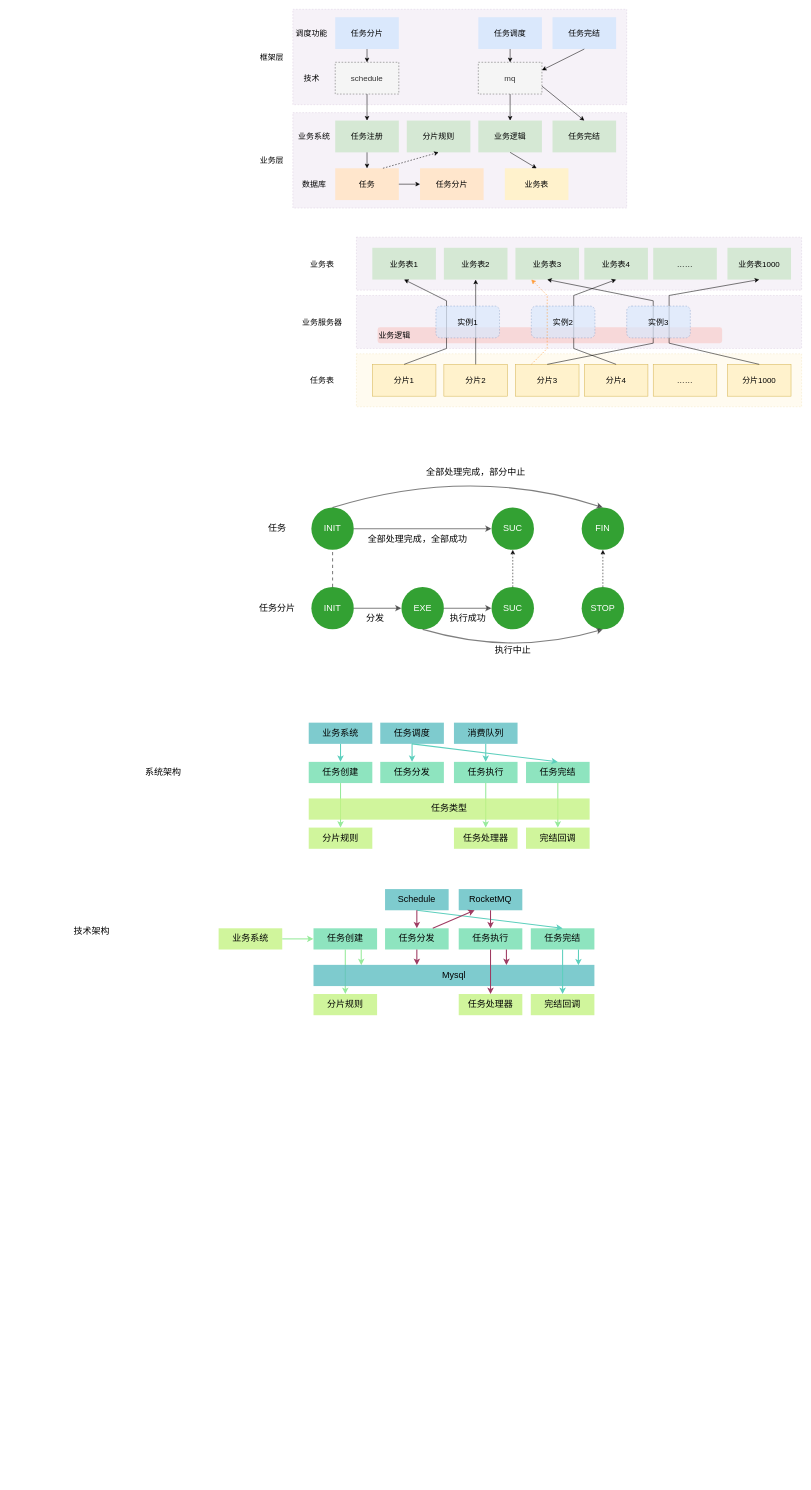
Before: save/schedulerbatch.drawio in wengyingjian/draw.io, a draw.io diagram. Source tidied: cells renumbered, new cells numbered last; positions are measured from the earlier drawing's top-left corner, leaving out a move shared by most shapes. Both pictures are drawn from the tidied source at 53%, with x=0, y=0 at pixel (67, 9).
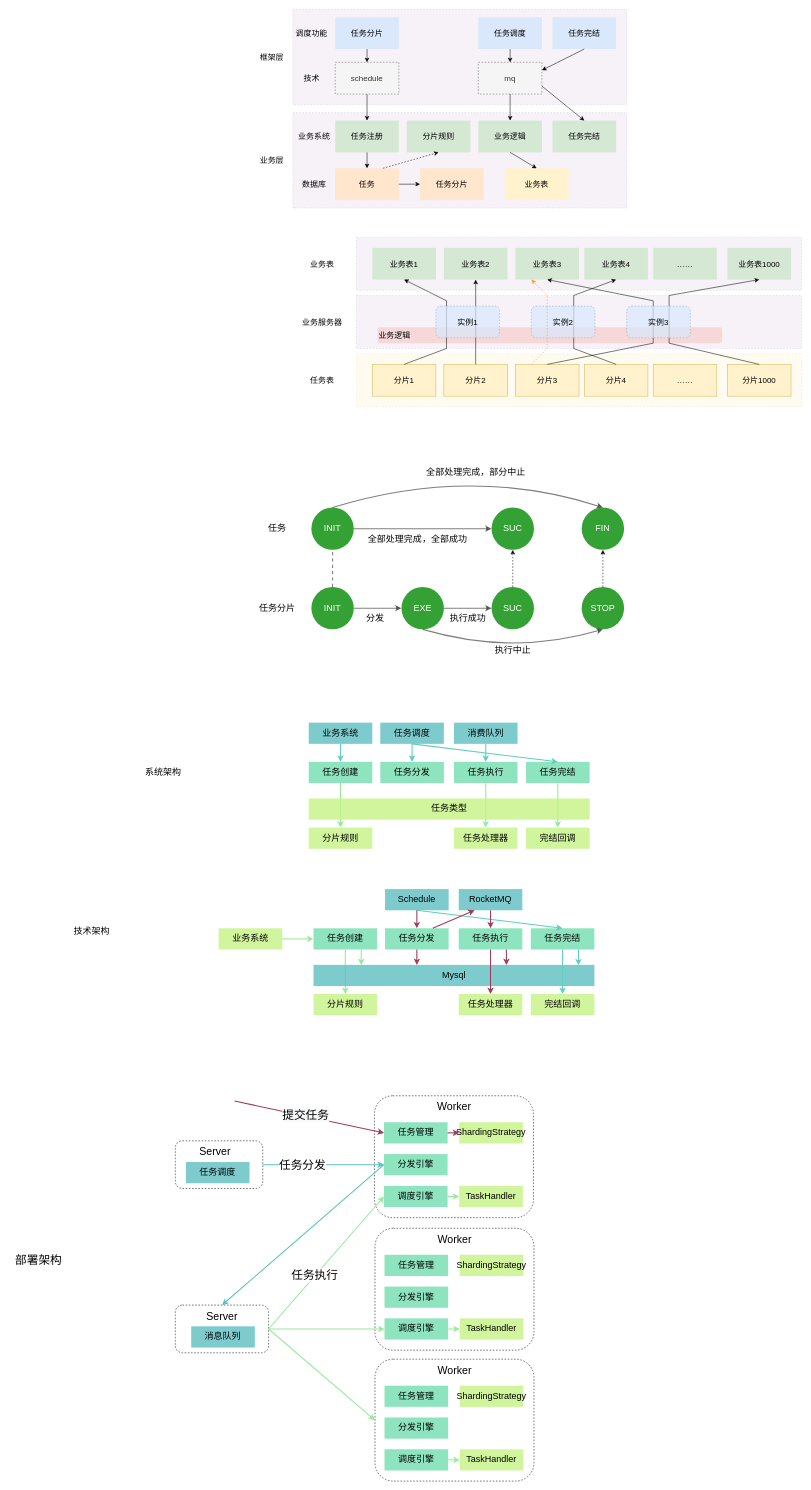
The same page after the edit.

Diff of the diagram source:
```diff
@@
+    <mxCell id="125" style="rounded=1;whiteSpace=wrap;html=1;dashed=1;" parent="1" vertex="1">
+      <mxGeometry x="580" y="2547" width="300" height="230" as="geometry" />
+    </mxCell>
+    <mxCell id="126" style="rounded=1;whiteSpace=wrap;html=1;dashed=1;" parent="1" vertex="1">
+      <mxGeometry x="580" y="2300" width="300" height="230" as="geometry" />
+    </mxCell>
+    <mxCell id="127" style="rounded=1;whiteSpace=wrap;html=1;dashed=1;" parent="1" vertex="1">
+      <mxGeometry x="579" y="2050" width="300" height="230" as="geometry" />
+    </mxCell>
+    <mxCell id="128" style="rounded=1;whiteSpace=wrap;html=1;dashed=1;fontSize=20;" parent="1" vertex="1">
+      <mxGeometry x="203.3" y="2135" width="165" height="90" as="geometry" />
+    </mxCell>
@@
+    <mxCell id="129" value="任务调度" style="rounded=0;whiteSpace=wrap;html=1;strokeColor=none;fontSize=17;opacity=80;fillColor=#5EBFC2;" parent="1" vertex="1">
+      <mxGeometry x="223.3" y="2175" width="120" height="40" as="geometry" />
+    </mxCell>
+    <mxCell id="130" style="endArrow=classic;html=1;rounded=0;fontSize=20;entryX=0;entryY=0.5;entryDx=0;entryDy=0;strokeColor=#9E3B61;strokeWidth=2;" parent="1" edge="1" target="146">
+      <mxGeometry relative="1" as="geometry">
+        <mxPoint x="315" y="2060" as="sourcePoint" />
+      </mxGeometry>
+    </mxCell>
+    <mxCell id="131" value="&lt;span style=&quot;background-color: rgb(248, 249, 250); font-size: 22px;&quot;&gt;提交任务&lt;/span&gt;" style="edgeLabel;html=1;align=center;verticalAlign=middle;fontSize=22;" parent="130" vertex="1">
+      <mxGeometry x="-0.06" y="1" relative="1" as="geometry" />
+    </mxCell>
+    <mxCell id="132" style="endArrow=classic;html=1;rounded=0;fontSize=20;exitX=1;exitY=0.5;exitDx=0;exitDy=0;entryX=0;entryY=0.5;entryDx=0;entryDy=0;strokeColor=#5EBFC2;strokeWidth=2;" parent="1" edge="1" source="128" target="145">
+      <mxGeometry relative="1" as="geometry" />
+    </mxCell>
+    <mxCell id="133" value="任务分发" style="edgeLabel;html=1;align=center;verticalAlign=middle;fontSize=22;" parent="132" vertex="1">
+      <mxGeometry x="-0.35" y="-1" relative="1" as="geometry" />
+    </mxCell>
+    <mxCell id="134" value="&lt;span style=&quot;font-size: 20px;&quot;&gt;Server&lt;/span&gt;" style="text;html=1;align=center;verticalAlign=middle;strokeColor=none;fillColor=none;" parent="1" vertex="1">
+      <mxGeometry x="238.3" y="2135" width="80" height="40" as="geometry" />
+    </mxCell>
+    <mxCell id="135" style="rounded=1;whiteSpace=wrap;html=1;dashed=1;fontSize=20;" parent="1" vertex="1">
+      <mxGeometry x="203.3" y="2445" width="176" height="90" as="geometry" />
+    </mxCell>
+    <mxCell id="136" value="消息队列" style="rounded=0;whiteSpace=wrap;html=1;strokeColor=none;fontSize=17;opacity=80;fillColor=#5EBFC2;" parent="1" vertex="1">
+      <mxGeometry x="233.3" y="2485" width="120" height="40" as="geometry" />
+    </mxCell>
+    <mxCell id="137" value="&lt;span style=&quot;font-size: 20px;&quot;&gt;Server&lt;/span&gt;" style="text;html=1;align=center;verticalAlign=middle;strokeColor=none;fillColor=none;" parent="1" vertex="1">
+      <mxGeometry x="251.3" y="2445" width="80" height="40" as="geometry" />
+    </mxCell>
+    <mxCell id="138" style="endArrow=classic;html=1;rounded=0;fontSize=20;exitX=0;exitY=0.5;exitDx=0;exitDy=0;entryX=0.5;entryY=0;entryDx=0;entryDy=0;strokeColor=#5EBFC2;strokeWidth=2;" parent="1" edge="1" source="145" target="135">
+      <mxGeometry relative="1" as="geometry" />
+    </mxCell>
+    <mxCell id="139" style="endArrow=classic;html=1;rounded=0;fontSize=20;exitX=1;exitY=0.5;exitDx=0;exitDy=0;entryX=0;entryY=0.5;entryDx=0;entryDy=0;strokeColor=#97EA9B;strokeWidth=2;" parent="1" edge="1" source="135" target="148">
+      <mxGeometry relative="1" as="geometry" />
+    </mxCell>
+    <mxCell id="140" value="任务执行" style="edgeLabel;html=1;align=center;verticalAlign=middle;fontSize=22;" parent="139" vertex="1">
+      <mxGeometry x="-0.2" y="2" relative="1" as="geometry" />
+    </mxCell>
+    <mxCell id="141" style="endArrow=classic;html=1;rounded=0;fontSize=20;exitX=1;exitY=0.5;exitDx=0;exitDy=0;entryX=0;entryY=0.5;entryDx=0;entryDy=0;strokeColor=#97EA9B;strokeWidth=2;" parent="1" edge="1" source="135" target="154">
+      <mxGeometry relative="1" as="geometry" />
+    </mxCell>
+    <mxCell id="142" style="endArrow=classic;html=1;rounded=0;fontSize=20;exitX=1;exitY=0.5;exitDx=0;exitDy=0;strokeColor=#97EA9B;strokeWidth=2;entryX=0;entryY=0.5;entryDx=0;entryDy=0;" parent="1" edge="1" source="135" target="125">
+      <mxGeometry relative="1" as="geometry" />
+    </mxCell>
+    <mxCell id="143" value="ShardingStrategy" style="rounded=0;whiteSpace=wrap;html=1;strokeColor=none;fontSize=17;opacity=80;fillColor=#C5F384;" parent="1" vertex="1">
+      <mxGeometry x="739" y="2100" width="120" height="40" as="geometry" />
+    </mxCell>
+    <mxCell id="144" value="TaskHandler" style="rounded=0;whiteSpace=wrap;html=1;strokeColor=none;fontSize=17;opacity=80;fillColor=#C5F384;" parent="1" vertex="1">
+      <mxGeometry x="739" y="2220" width="120" height="40" as="geometry" />
+    </mxCell>
+    <mxCell id="145" value="分发引擎" style="rounded=0;whiteSpace=wrap;html=1;strokeColor=none;fontSize=17;opacity=80;fillColor=#72DEAF;" parent="1" vertex="1">
+      <mxGeometry x="597" y="2160" width="120" height="40" as="geometry" />
+    </mxCell>
+    <mxCell id="146" value="任务管理" style="rounded=0;whiteSpace=wrap;html=1;strokeColor=none;fontSize=17;opacity=80;fillColor=#72DEAF;" parent="1" vertex="1">
+      <mxGeometry x="597" y="2100" width="120" height="40" as="geometry" />
+    </mxCell>
+    <mxCell id="147" value="&lt;font style=&quot;font-size: 20px;&quot;&gt;Worker&lt;/font&gt;" style="text;html=1;align=center;verticalAlign=middle;strokeColor=none;fillColor=none;" parent="1" vertex="1">
+      <mxGeometry x="684" y="2050" width="90" height="40" as="geometry" />
+    </mxCell>
+    <mxCell id="148" value="调度引擎" style="rounded=0;whiteSpace=wrap;html=1;strokeColor=none;fontSize=17;opacity=80;fillColor=#72DEAF;" parent="1" vertex="1">
+      <mxGeometry x="597" y="2220" width="120" height="40" as="geometry" />
+    </mxCell>
+    <mxCell id="149" value="ShardingStrategy" style="rounded=0;whiteSpace=wrap;html=1;strokeColor=none;fontSize=17;opacity=80;fillColor=#C5F384;" parent="1" vertex="1">
+      <mxGeometry x="740" y="2350" width="120" height="40" as="geometry" />
+    </mxCell>
+    <mxCell id="150" value="TaskHandler" style="rounded=0;whiteSpace=wrap;html=1;strokeColor=none;fontSize=17;opacity=80;fillColor=#C5F384;" parent="1" vertex="1">
+      <mxGeometry x="740" y="2470" width="120" height="40" as="geometry" />
+    </mxCell>
+    <mxCell id="151" value="分发引擎" style="rounded=0;whiteSpace=wrap;html=1;strokeColor=none;fontSize=17;opacity=80;fillColor=#72DEAF;" parent="1" vertex="1">
+      <mxGeometry x="598" y="2410" width="120" height="40" as="geometry" />
+    </mxCell>
+    <mxCell id="152" value="任务管理" style="rounded=0;whiteSpace=wrap;html=1;strokeColor=none;fontSize=17;opacity=80;fillColor=#72DEAF;" parent="1" vertex="1">
+      <mxGeometry x="598" y="2350" width="120" height="40" as="geometry" />
+    </mxCell>
+    <mxCell id="153" value="&lt;font style=&quot;font-size: 20px;&quot;&gt;Worker&lt;/font&gt;" style="text;html=1;align=center;verticalAlign=middle;strokeColor=none;fillColor=none;" parent="1" vertex="1">
+      <mxGeometry x="685" y="2300" width="90" height="40" as="geometry" />
+    </mxCell>
+    <mxCell id="154" value="调度引擎" style="rounded=0;whiteSpace=wrap;html=1;strokeColor=none;fontSize=17;opacity=80;fillColor=#72DEAF;" parent="1" vertex="1">
+      <mxGeometry x="598" y="2470" width="120" height="40" as="geometry" />
+    </mxCell>
+    <mxCell id="155" value="ShardingStrategy" style="rounded=0;whiteSpace=wrap;html=1;strokeColor=none;fontSize=17;opacity=80;fillColor=#C5F384;" parent="1" vertex="1">
+      <mxGeometry x="740" y="2597" width="120" height="40" as="geometry" />
+    </mxCell>
+    <mxCell id="156" value="TaskHandler" style="rounded=0;whiteSpace=wrap;html=1;strokeColor=none;fontSize=17;opacity=80;fillColor=#C5F384;" parent="1" vertex="1">
+      <mxGeometry x="740" y="2717" width="120" height="40" as="geometry" />
+    </mxCell>
+    <mxCell id="157" value="分发引擎" style="rounded=0;whiteSpace=wrap;html=1;strokeColor=none;fontSize=17;opacity=80;fillColor=#72DEAF;" parent="1" vertex="1">
+      <mxGeometry x="598" y="2657" width="120" height="40" as="geometry" />
+    </mxCell>
+    <mxCell id="158" value="任务管理" style="rounded=0;whiteSpace=wrap;html=1;strokeColor=none;fontSize=17;opacity=80;fillColor=#72DEAF;" parent="1" vertex="1">
+      <mxGeometry x="598" y="2597" width="120" height="40" as="geometry" />
+    </mxCell>
+    <mxCell id="159" value="&lt;font style=&quot;font-size: 20px;&quot;&gt;Worker&lt;/font&gt;" style="text;html=1;align=center;verticalAlign=middle;strokeColor=none;fillColor=none;" parent="1" vertex="1">
+      <mxGeometry x="685" y="2547" width="90" height="40" as="geometry" />
+    </mxCell>
+    <mxCell id="160" value="调度引擎" style="rounded=0;whiteSpace=wrap;html=1;strokeColor=none;fontSize=17;opacity=80;fillColor=#72DEAF;" parent="1" vertex="1">
+      <mxGeometry x="598" y="2717" width="120" height="40" as="geometry" />
+    </mxCell>
+    <mxCell id="161" style="endArrow=classic;html=1;rounded=0;fontSize=20;exitX=1;exitY=0.5;exitDx=0;exitDy=0;entryX=0;entryY=0.5;entryDx=0;entryDy=0;strokeColor=#9E3B61;strokeWidth=2;" parent="1" edge="1" source="146" target="143">
+      <mxGeometry relative="1" as="geometry" />
+    </mxCell>
+    <mxCell id="162" style="endArrow=classic;html=1;rounded=0;fontSize=20;exitX=1;exitY=0.5;exitDx=0;exitDy=0;entryX=0;entryY=0.5;entryDx=0;entryDy=0;strokeWidth=2;strokeColor=#97EA9B;" parent="1" edge="1" source="148" target="144">
+      <mxGeometry relative="1" as="geometry" />
+    </mxCell>
+    <mxCell id="163" style="endArrow=classic;html=1;rounded=0;fontSize=20;exitX=1;exitY=0.5;exitDx=0;exitDy=0;entryX=0;entryY=0.5;entryDx=0;entryDy=0;strokeWidth=2;strokeColor=#97EA9B;" parent="1" edge="1" source="154" target="150">
+      <mxGeometry relative="1" as="geometry" />
+    </mxCell>
+    <mxCell id="164" style="endArrow=classic;html=1;rounded=0;fontSize=20;exitX=1;exitY=0.5;exitDx=0;exitDy=0;entryX=0;entryY=0.5;entryDx=0;entryDy=0;strokeWidth=2;strokeColor=#97EA9B;" parent="1" edge="1" source="160" target="156">
+      <mxGeometry relative="1" as="geometry" />
+    </mxCell>
+    <mxCell id="165" value="部署架构" style="text;html=1;align=center;verticalAlign=middle;strokeColor=none;fillColor=none;fontSize=22;dashed=1;" parent="1" vertex="1">
+      <mxGeometry x="-110" y="2340" width="110" height="40" as="geometry" />
+    </mxCell>
```
